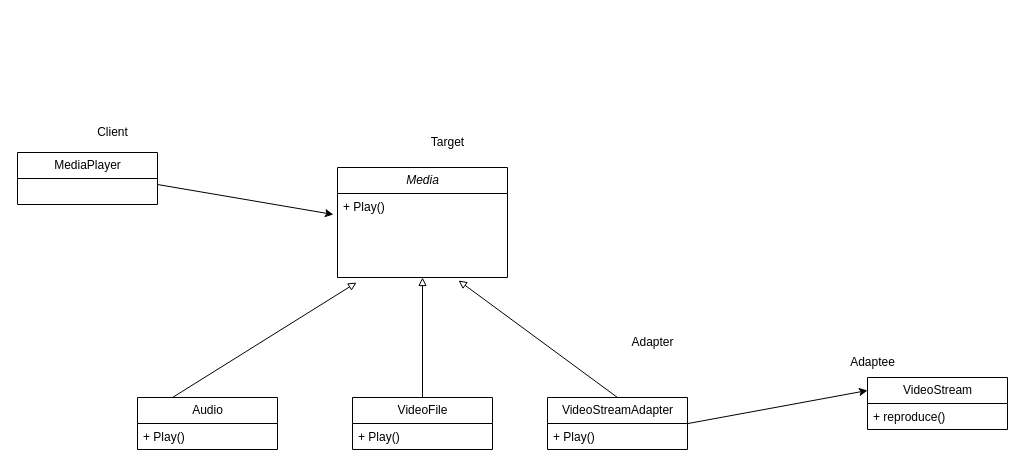
santolp/oo2 keeps this draw.io diagram as p1e3.drawio. Above is the earlier version. Source tidied: cells renumbered, new cells numbered last; positions are measured from the earlier drawing's top-left corner, leaving out a move shared by most shapes. Both pictures are drawn from the tidied source at 100%, with x=0, y=0 at pixel (17, 117).
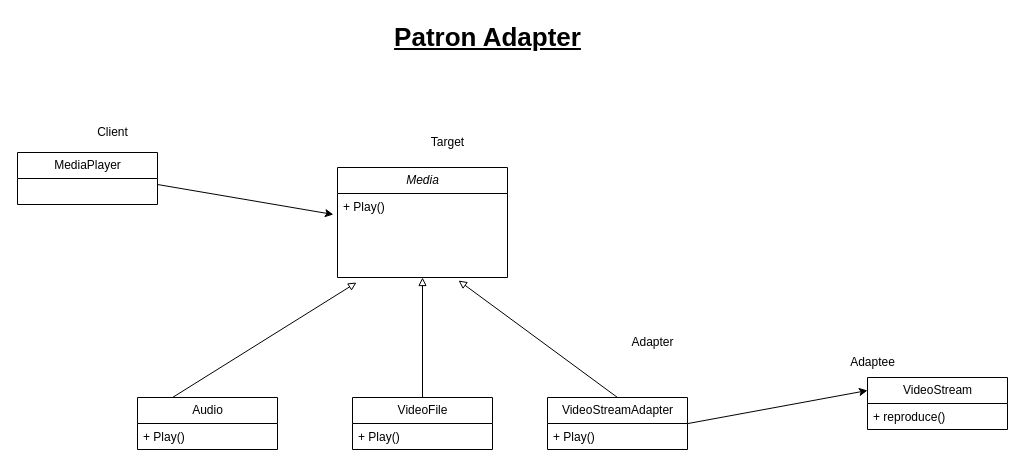
Above is the later version.

What changed in the source:
```diff
@@
+    <mxCell id="22" value="Patron Adapter" style="text;html=1;align=center;verticalAlign=middle;strokeColor=none;fillColor=none;fontSize=26;fontStyle=5;" parent="1" vertex="1">
+      <mxGeometry x="365" y="-100" width="210" height="40" as="geometry" />
+    </mxCell>
```
